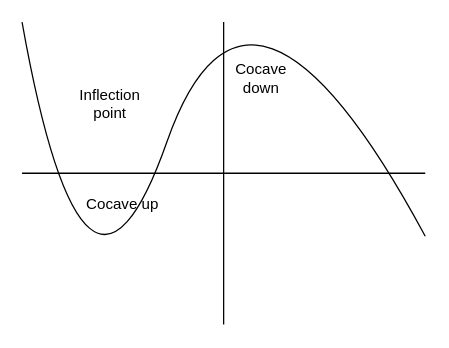
Before: chapters/images/concavity.drawio in sm-max-lange/precalc, a draw.io diagram. Source tidied: cells renumbered, new cells numbered last; positions are measured from the earlier drawing's top-left corner, leaving out a move shared by most shapes. Both pictures are drawn from the tidied source at 126%, with x=0, y=0 at pixel (21, -92).
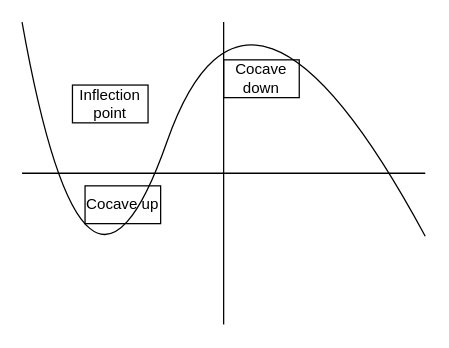
The same page after the edit.

Change to the diagram source:
```diff
@@
 <mxGraphModel>
   <root>
     <mxCell id="0" />
     <mxCell id="1" parent="0" />
-    <mxCell id="2" style="endArrow=none;html=1;" parent="1" edge="1">
+    <mxCell id="2" style="endArrow=none;html=1;strokeColor=#000000;" parent="1" edge="1">
       <mxGeometry relative="1" as="geometry">
         <mxPoint x="160" y="330" as="sourcePoint" />
         <mxPoint x="160" y="90" as="targetPoint" />
       </mxGeometry>
     </mxCell>
-    <mxCell id="3" style="endArrow=none;html=1;" parent="1" edge="1">
+    <mxCell id="3" style="endArrow=none;html=1;strokeColor=#000000;" parent="1" edge="1">
       <mxGeometry relative="1" as="geometry">
         <mxPoint y="210" as="sourcePoint" />
         <mxPoint x="320" y="210" as="targetPoint" />
       </mxGeometry>
     </mxCell>
-    <mxCell id="4" style="curved=1;endArrow=none;html=1;endFill=0;" parent="1" edge="1">
+    <mxCell id="4" style="curved=1;endArrow=none;html=1;endFill=0;strokeColor=#000000;" parent="1" edge="1">
       <mxGeometry relative="1" as="geometry">
         <mxPoint y="90" as="sourcePoint" />
         <mxPoint x="320" y="260" as="targetPoint" />
         <Array as="points">
           <mxPoint x="50" y="370" />
           <mxPoint x="180" />
         </Array>
       </mxGeometry>
     </mxCell>
-    <mxCell id="5" value="Cocave down" style="text;html=1;align=center;verticalAlign=middle;whiteSpace=wrap;rounded=0;" parent="1" vertex="1">
+    <mxCell id="5" value="Cocave down" style="text;html=1;align=center;verticalAlign=middle;whiteSpace=wrap;rounded=0;strokeColor=#000000;" parent="1" vertex="1">
       <mxGeometry x="160" y="120" width="60" height="30" as="geometry" />
     </mxCell>
-    <mxCell id="6" value="Cocave up" style="text;html=1;align=center;verticalAlign=middle;whiteSpace=wrap;rounded=0;" parent="1" vertex="1">
+    <mxCell id="6" value="Cocave up" style="text;html=1;align=center;verticalAlign=middle;whiteSpace=wrap;rounded=0;strokeColor=#000000;" parent="1" vertex="1">
       <mxGeometry x="50" y="220" width="60" height="30" as="geometry" />
     </mxCell>
-    <mxCell id="7" value="Inflection point" style="text;html=1;align=center;verticalAlign=middle;whiteSpace=wrap;rounded=0;" parent="1" vertex="1">
+    <mxCell id="7" value="Inflection point" style="text;html=1;align=center;verticalAlign=middle;whiteSpace=wrap;rounded=0;strokeColor=#000000;" parent="1" vertex="1">
       <mxGeometry x="40" y="140" width="60" height="30" as="geometry" />
     </mxCell>
   </root>
 </mxGraphModel>
```
